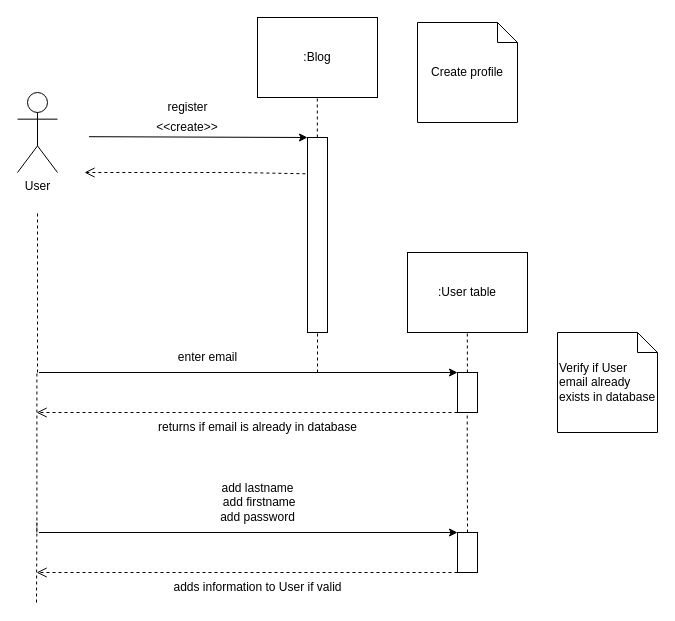
Earlier version of the draw.io diagram UML/sequence diagrams/sequence add User.drawio (AlexisT37/p5myblog). Source tidied: cells renumbered, new cells numbered last; positions are measured from the earlier drawing's top-left corner, leaving out a move shared by most shapes. Both pictures are drawn from the tidied source at 100%, with x=0, y=0 at pixel (17, 17).
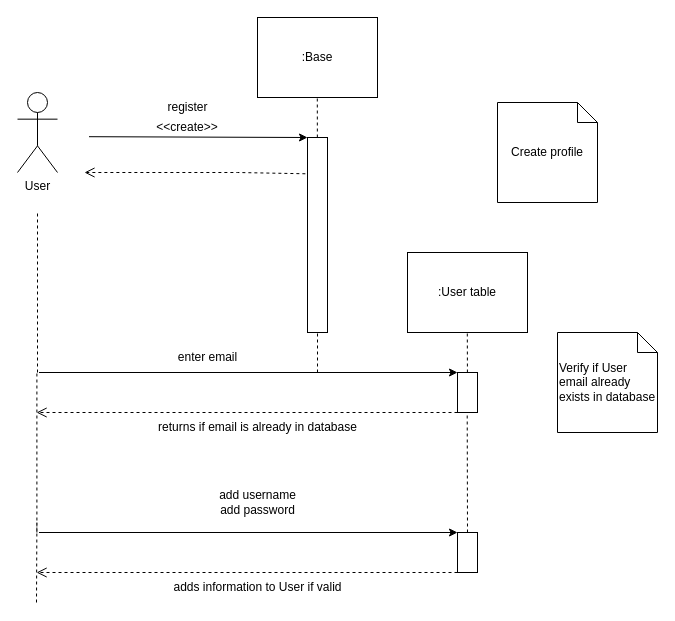
After the change.

Diff of the diagram source:
```diff
@@
-    <mxCell id="3" value=":Blog" style="rounded=0;whiteSpace=wrap;html=1;" parent="1" vertex="1">
+    <mxCell id="3" value=":Base" style="rounded=0;whiteSpace=wrap;html=1;" parent="1" vertex="1">
       <mxGeometry x="240" width="120" height="80" as="geometry" />
     </mxCell>
@@
     <mxCell id="10" value="Create profile" style="shape=note;size=20;whiteSpace=wrap;html=1;" parent="1" vertex="1">
-      <mxGeometry x="400" y="5" width="100" height="100" as="geometry" />
+      <mxGeometry x="480" y="85" width="100" height="100" as="geometry" />
     </mxCell>
@@
-    <mxCell id="24" value="&lt;div&gt;add lastname&lt;/div&gt;&lt;div&gt;&amp;nbsp;add firstname&lt;/div&gt;&lt;div&gt;add password&lt;/div&gt;" style="text;html=1;align=center;verticalAlign=middle;strokeColor=none;fillColor=none;fontColor=#000000;" parent="1" vertex="1">
-      <mxGeometry x="190" y="455" width="100" height="60" as="geometry" />
+    <mxCell id="24" value="add username&lt;br&gt;&lt;div&gt;add password&lt;/div&gt;" style="text;html=1;align=center;verticalAlign=middle;strokeColor=none;fillColor=none;fontColor=#000000;" parent="1" vertex="1">
+      <mxGeometry x="190" y="465" width="100" height="40" as="geometry" />
     </mxCell>
```
